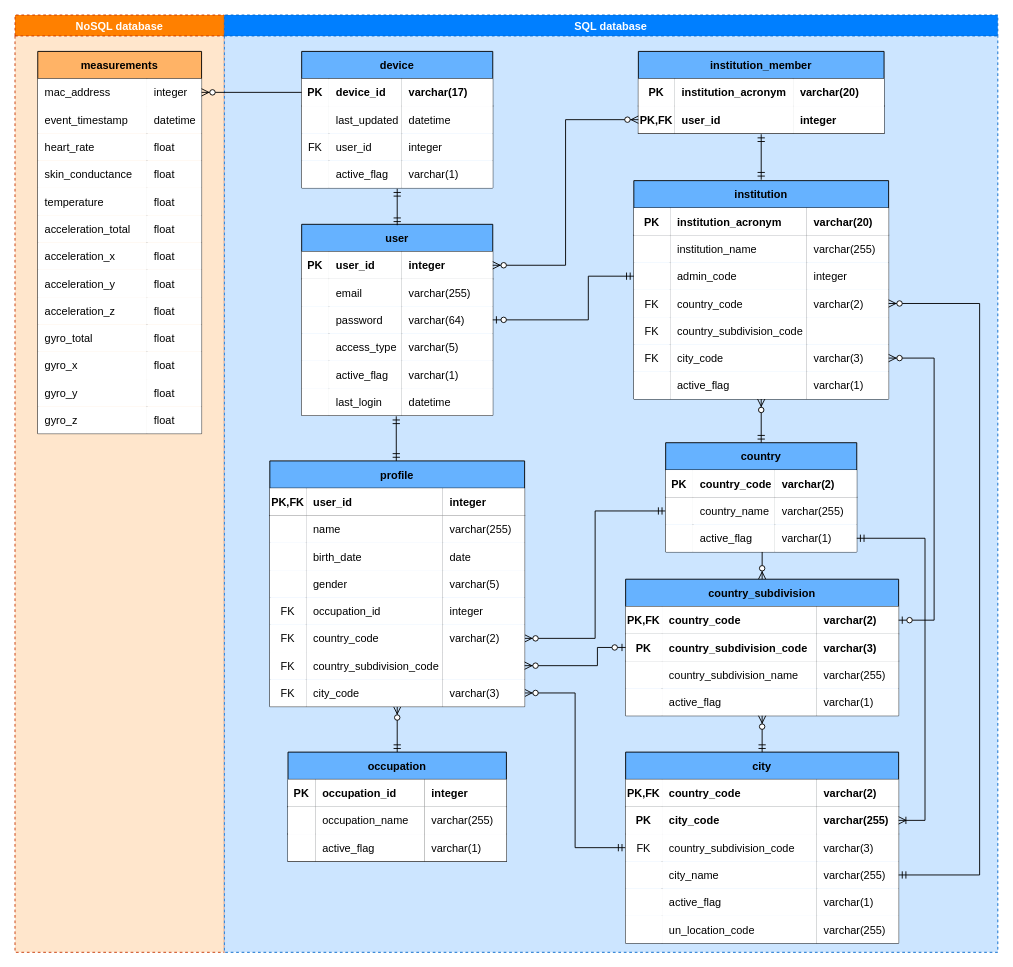
julianaclp/tcc-diagrams keeps this draw.io diagram as physical data model.drawio. Above is the earlier version. Source tidied: cells renumbered, new cells numbered last; positions are measured from the earlier drawing's top-left corner, leaving out a move shared by most shapes. Both pictures are drawn from the tidied source at 91%, with x=0, y=0 at pixel (15, 15).
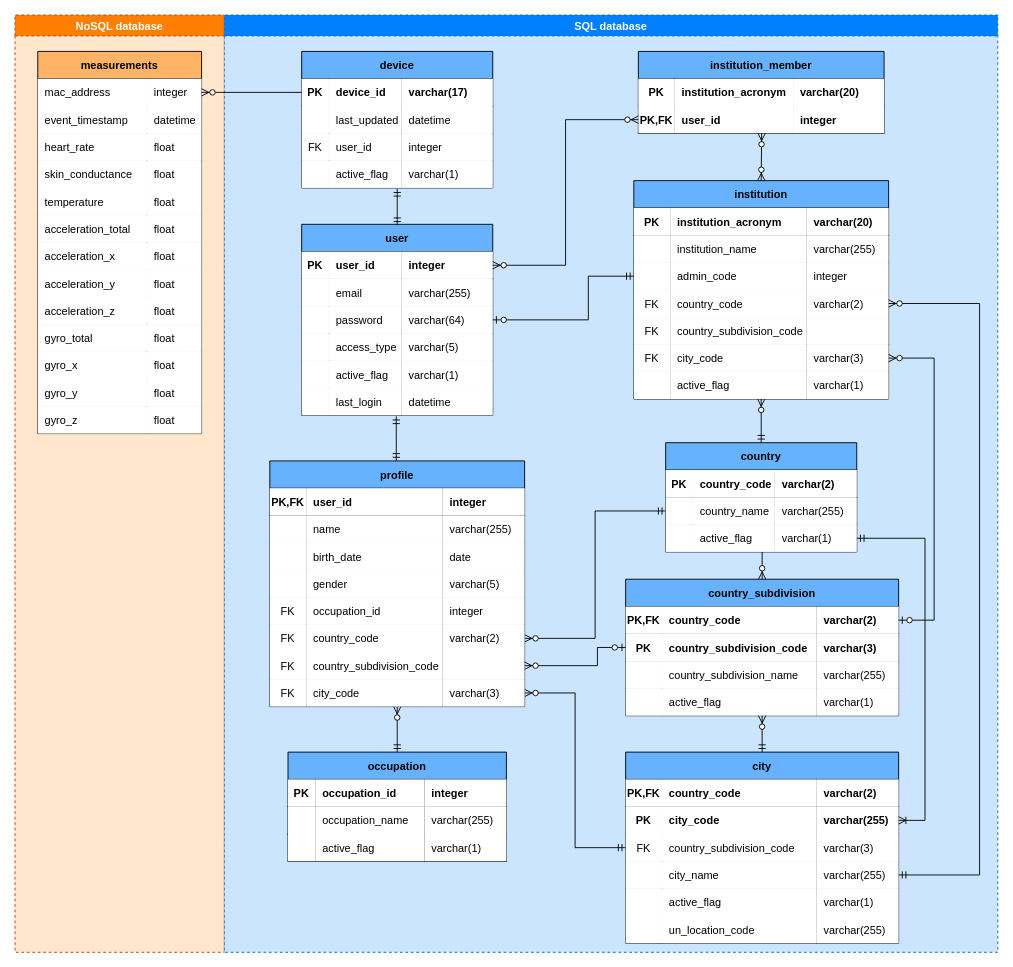
The same page after the edit.

The change refers to these unchanged cells:
```xml
<mxCell id="43" value="SQL database" style="swimlane;dashed=1;fillColor=#007FFF;fontColor=#ffffff;strokeColor=#0066CC;swimlaneFillColor=#CCE5FF;" parent="1" vertex="1">
  <mxGeometry x="230" width="850" height="1030" as="geometry" />
</mxCell>
<mxCell id="194" value="institution" style="shape=table;startSize=30;childLayout=tableLayout;rowLines=0;fontStyle=1;align=center;fillColor=#66B2FF;" parent="43" vertex="1">
  <mxGeometry x="450" y="182" width="280" height="240" as="geometry" />
</mxCell>
```

Diff of the diagram source:
```diff
@@
-    <mxCell id="233" style="fontSize=12;html=1;endArrow=ERmandOne;startArrow=ERmandOne;rounded=0;exitX=0.5;exitY=0;exitDx=0;exitDy=0;" parent="43" edge="1">
-      <mxGeometry relative="1" as="geometry">
-        <mxPoint x="590" y="181" as="sourcePoint" />
-        <mxPoint x="590" y="131" as="targetPoint" />
-      </mxGeometry>
-    </mxCell>
@@
+    <mxCell id="241" style="fontSize=12;html=1;endArrow=ERzeroToMany;endFill=1;startArrow=ERzeroToMany;rounded=0;exitX=0.5;exitY=0;exitDx=0;exitDy=0;" parent="43" edge="1" source="194">
+      <mxGeometry relative="1" as="geometry">
+        <mxPoint x="590.5" y="130" as="targetPoint" />
+      </mxGeometry>
+    </mxCell>
```
